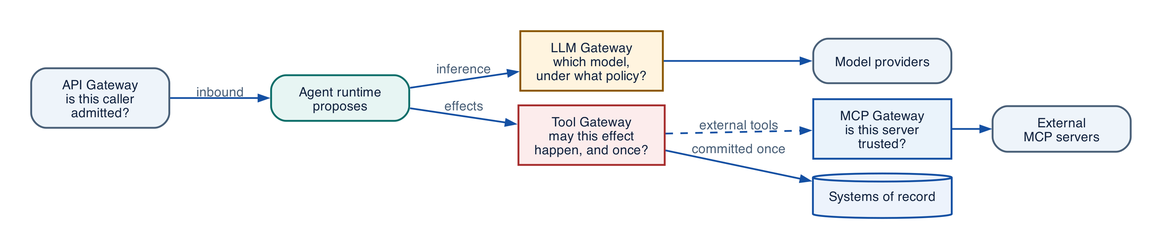
Above: assets/diagrams/gateway-roles.png in rrahimi-uci/building-enterprise-general-intelligence (Graphviz), before the change. Its source is kept beside it as assets/diagrams/src/gateway-roles.gv. The source it was exported from:
```dot
digraph gateway_roles {
  rankdir = LR
  graph [ranksep=0.45, nodesep=0.16]
  node [width=1.55, fontsize=10.5]

  agent [label="Agent runtime\nproposes", fillcolor="#E7F5F3", color="#0D6E69"]
  api [label="API Gateway\nis this caller\nadmitted?", fillcolor="#EEF4FA", color="#4A6078"]
  llm [label="LLM Gateway\nwhich model,\nunder what policy?", fillcolor="#FFF4DF", color="#8A5600", style=filled]
  tool [label="Tool Gateway\nmay this effect\nhappen, and once?", fillcolor="#FCECEC", color="#A62C2C", style=filled]
  mcp [label="MCP Gateway\nis this server\ntrusted?", fillcolor="#EAF3FB", color="#1450A3", style=filled]
  prov [label="Model providers", fillcolor="#EEF4FA", color="#4A6078"]
  ext [label="External\nMCP servers", fillcolor="#EEF4FA", color="#4A6078"]
  sys [label="Systems of record", fillcolor="#EDF3FC", color="#1450A3", shape=cylinder, style=filled]

  api -> agent [label="  inbound  "]
  agent -> llm [label="  inference  "]
  agent -> tool [label="  effects  "]
  llm -> prov
  tool -> sys [label="  committed once  "]
  tool -> mcp [label="  external tools  ", style=dashed]
  mcp -> ext
  { rank=same; llm; tool }
}
```
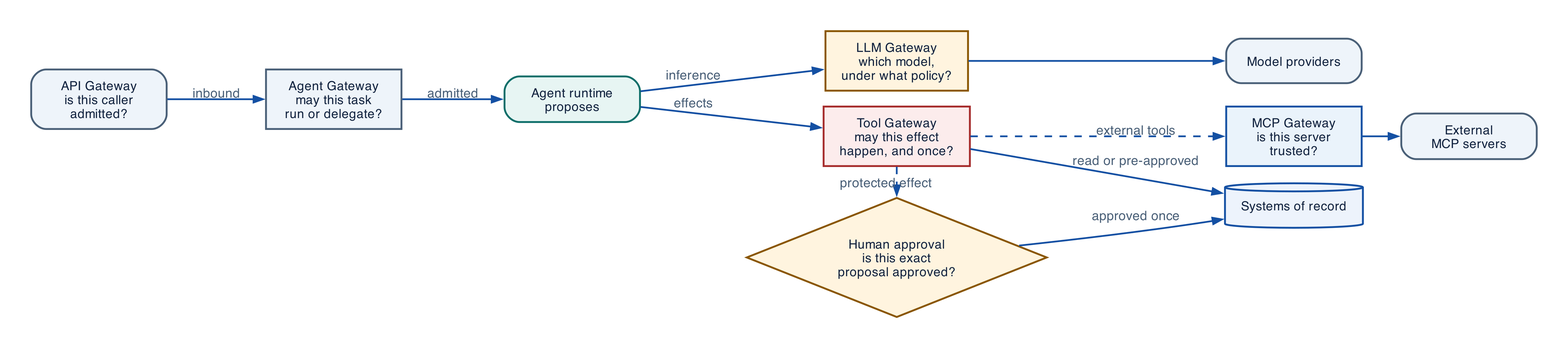
The same file after the commit.

The edit, as a diff of the source:
```diff
@@ -1,23 +1,28 @@
 digraph gateway_roles {
   rankdir = LR
-  graph [ranksep=0.45, nodesep=0.16]
-  node [width=1.55, fontsize=10.5]
+  graph [ranksep=0.42, nodesep=0.18]
+  node [width=1.52, fontsize=10.2]
 
   agent [label="Agent runtime\nproposes", fillcolor="#E7F5F3", color="#0D6E69"]
   api [label="API Gateway\nis this caller\nadmitted?", fillcolor="#EEF4FA", color="#4A6078"]
+  task [label="Agent Gateway\nmay this task\nrun or delegate?", fillcolor="#EEF4FA", color="#4A6078", style=filled]
   llm [label="LLM Gateway\nwhich model,\nunder what policy?", fillcolor="#FFF4DF", color="#8A5600", style=filled]
   tool [label="Tool Gateway\nmay this effect\nhappen, and once?", fillcolor="#FCECEC", color="#A62C2C", style=filled]
   mcp [label="MCP Gateway\nis this server\ntrusted?", fillcolor="#EAF3FB", color="#1450A3", style=filled]
+  approval [label="Human approval\nis this exact\nproposal approved?", fillcolor="#FFF4DF", color="#8A5600", shape=diamond, style=filled]
   prov [label="Model providers", fillcolor="#EEF4FA", color="#4A6078"]
   ext [label="External\nMCP servers", fillcolor="#EEF4FA", color="#4A6078"]
   sys [label="Systems of record", fillcolor="#EDF3FC", color="#1450A3", shape=cylinder, style=filled]
 
-  api -> agent [label="  inbound  "]
+  api -> task [label="  inbound  "]
+  task -> agent [label="  admitted  "]
   agent -> llm [label="  inference  "]
   agent -> tool [label="  effects  "]
   llm -> prov
-  tool -> sys [label="  committed once  "]
+  tool -> sys [label="  read or pre-approved  "]
+  tool -> approval [label="  protected effect  ", style=dashed]
+  approval -> sys [label="  approved once  "]
   tool -> mcp [label="  external tools  ", style=dashed]
   mcp -> ext
-  { rank=same; llm; tool }
+  { rank=same; llm; tool; approval }
 }
```
